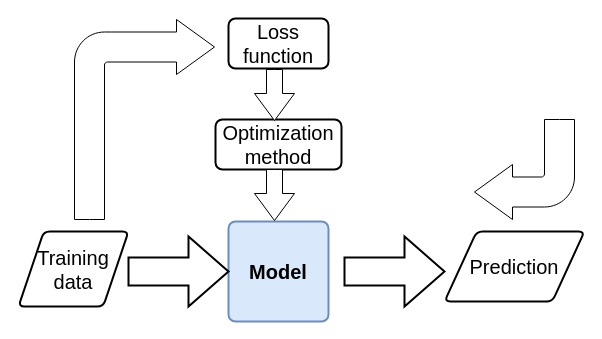
Orozco-Duque/ML keeps this draw.io diagram as MachineLearning1.drawio. Above is the earlier version. Source tidied: cells renumbered, new cells numbered last; positions are measured from the earlier drawing's top-left corner, leaving out a move shared by most shapes. Both pictures are drawn from the tidied source at 100%, with x=0, y=0 at pixel (18, 18).
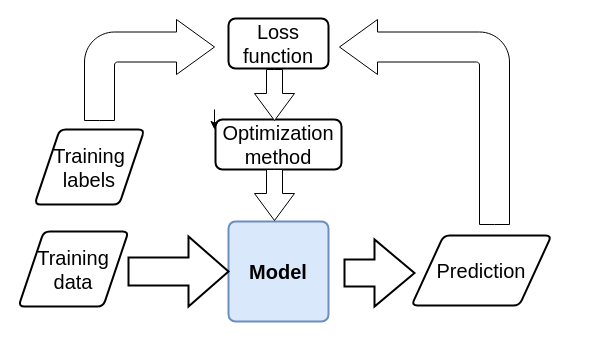
After the change.

The edit, as a diff of the source:
```diff
@@
 <mxGraphModel>
   <root>
     <mxCell id="0" />
     <mxCell id="1" parent="0" />
     <mxCell id="2" value="&lt;font style=&quot;font-size: 20px;&quot;&gt;&lt;b style=&quot;&quot;&gt;Model&lt;/b&gt;&lt;/font&gt;" style="rounded=1;whiteSpace=wrap;html=1;absoluteArcSize=1;arcSize=14;strokeWidth=2;fillColor=#dae8fc;strokeColor=#6c8ebf;" parent="1" vertex="1">
       <mxGeometry x="210" y="203" width="100" height="100" as="geometry" />
     </mxCell>
     <mxCell id="3" style="verticalLabelPosition=bottom;verticalAlign=top;html=1;strokeWidth=2;shape=mxgraph.arrows2.arrow;dy=0.6;dx=40;notch=0;fontSize=20;fontColor=#000000;" parent="1" vertex="1">
       <mxGeometry x="110" y="218" width="100" height="70" as="geometry" />
     </mxCell>
     <mxCell id="4" value="Training data" style="shape=parallelogram;html=1;strokeWidth=2;perimeter=parallelogramPerimeter;whiteSpace=wrap;rounded=1;arcSize=12;size=0.23;fontSize=20;fontColor=#000000;" parent="1" vertex="1">
       <mxGeometry y="213" width="110" height="75" as="geometry" />
     </mxCell>
     <mxCell id="5" style="verticalLabelPosition=bottom;verticalAlign=top;html=1;strokeWidth=2;shape=mxgraph.arrows2.arrow;dy=0.6;dx=40;notch=0;fontSize=20;fontColor=#000000;" parent="1" vertex="1">
-      <mxGeometry x="326" y="218" width="100" height="70" as="geometry" />
+      <mxGeometry x="326" y="221" width="70" height="67" as="geometry" />
     </mxCell>
     <mxCell id="6" value="Prediction" style="shape=parallelogram;html=1;strokeWidth=2;perimeter=parallelogramPerimeter;whiteSpace=wrap;rounded=1;arcSize=12;size=0.23;fontSize=20;fontColor=#000000;" parent="1" vertex="1">
-      <mxGeometry x="426" y="213" width="140" height="70" as="geometry" />
+      <mxGeometry x="393" y="217" width="140" height="70" as="geometry" />
     </mxCell>
     <mxCell id="7" value="Loss function" style="rounded=1;whiteSpace=wrap;html=1;absoluteArcSize=1;arcSize=14;strokeWidth=2;fontSize=20;fontColor=#000000;" parent="1" vertex="1">
       <mxGeometry x="210" width="100" height="50" as="geometry" />
     </mxCell>
     <mxCell id="8" value="Optimization method" style="rounded=1;whiteSpace=wrap;html=1;absoluteArcSize=1;arcSize=14;strokeWidth=2;fontSize=20;fontColor=#000000;" parent="1" vertex="1">
       <mxGeometry x="197" y="101" width="126" height="50" as="geometry" />
     </mxCell>
-    <mxCell id="9" style="html=1;shadow=0;dashed=0;align=center;verticalAlign=middle;shape=mxgraph.arrows2.bendArrow;dy=15;dx=38;notch=0;arrowHead=55;rounded=1;fontSize=20;fontColor=#000000;" parent="1" vertex="1">
-      <mxGeometry x="56" y="1" width="140" height="200" as="geometry" />
-    </mxCell>
     <mxCell id="10" style="html=1;shadow=0;dashed=0;align=center;verticalAlign=middle;shape=mxgraph.arrows2.arrow;dy=0.6;dx=27;direction=south;notch=0;fontSize=20;fontColor=#000000;" parent="1" vertex="1">
       <mxGeometry x="236" y="151" width="40" height="51" as="geometry" />
     </mxCell>
+    <mxCell id="12" style="html=1;shadow=0;dashed=0;align=center;verticalAlign=middle;shape=mxgraph.arrows2.arrow;dy=0.6;dx=27;direction=south;notch=0;fontSize=20;fontColor=#000000;" parent="1" vertex="1">
+      <mxGeometry x="236" y="51" width="40" height="51" as="geometry" />
+    </mxCell>
-    <mxCell id="11" style="html=1;shadow=0;dashed=0;align=center;verticalAlign=middle;shape=mxgraph.arrows2.bendArrow;dy=15;dx=38;notch=0;arrowHead=55;rounded=1;fontSize=20;fontColor=#000000;rotation=-180;" parent="1" vertex="1">
-      <mxGeometry x="456" y="101" width="100" height="100" as="geometry" />
+    <mxCell id="11" style="html=1;shadow=0;dashed=0;align=center;verticalAlign=middle;shape=mxgraph.arrows2.bendArrow;dy=15;dx=38;notch=0;arrowHead=55;rounded=1;fontSize=20;fontColor=#000000;rotation=90;direction=south;flipH=1;" parent="1" vertex="1">
+      <mxGeometry x="303.5" y="18.5" width="205" height="170" as="geometry" />
     </mxCell>
-    <mxCell id="12" style="html=1;shadow=0;dashed=0;align=center;verticalAlign=middle;shape=mxgraph.arrows2.arrow;dy=0.6;dx=27;direction=south;notch=0;fontSize=20;fontColor=#000000;" parent="1" vertex="1">
-      <mxGeometry x="236" y="51" width="40" height="51" as="geometry" />
-    </mxCell>
+    <mxCell id="13" style="edgeStyle=orthogonalEdgeStyle;rounded=0;orthogonalLoop=1;jettySize=auto;html=1;fontSize=20;fontColor=#000000;" parent="1" edge="1">
+      <mxGeometry relative="1" as="geometry">
+        <mxPoint x="196" y="91" as="sourcePoint" />
+        <mxPoint x="196" y="111" as="targetPoint" />
+      </mxGeometry>
+    </mxCell>
+    <mxCell id="14" value="Training labels" style="shape=parallelogram;html=1;strokeWidth=2;perimeter=parallelogramPerimeter;whiteSpace=wrap;rounded=1;arcSize=12;size=0.23;fontSize=20;fontColor=#000000;" parent="1" vertex="1">
+      <mxGeometry x="16" y="111" width="110" height="75" as="geometry" />
+    </mxCell>
+    <mxCell id="15" style="html=1;shadow=0;dashed=0;align=center;verticalAlign=middle;shape=mxgraph.arrows2.bendArrow;dy=15;dx=38;notch=0;arrowHead=55;rounded=1;fontSize=20;fontColor=#000000;" parent="1" vertex="1">
+      <mxGeometry x="66" y="1" width="130" height="101" as="geometry" />
+    </mxCell>
   </root>
 </mxGraphModel>
```
